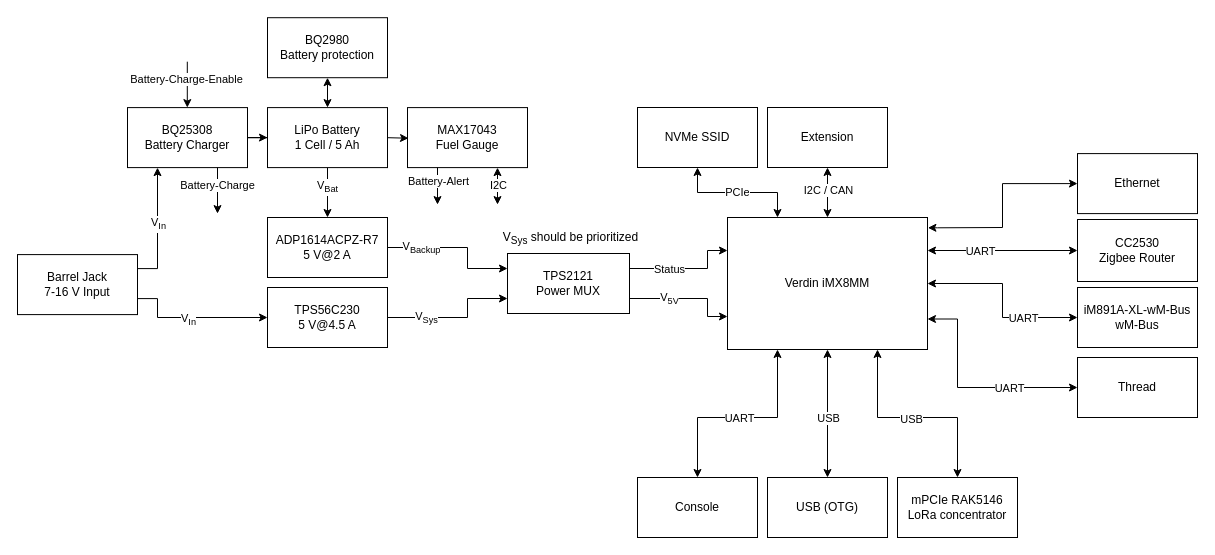
This is docs/IoT-Gateway.drawio from Kampi/IoT-Gateway, a draw.io file, before an edit. Source tidied: cells renumbered, new cells numbered last; positions are measured from the earlier drawing's top-left corner, leaving out a move shared by most shapes. Both pictures are drawn from the tidied source at 100%, with x=0, y=0 at pixel (17, 17).
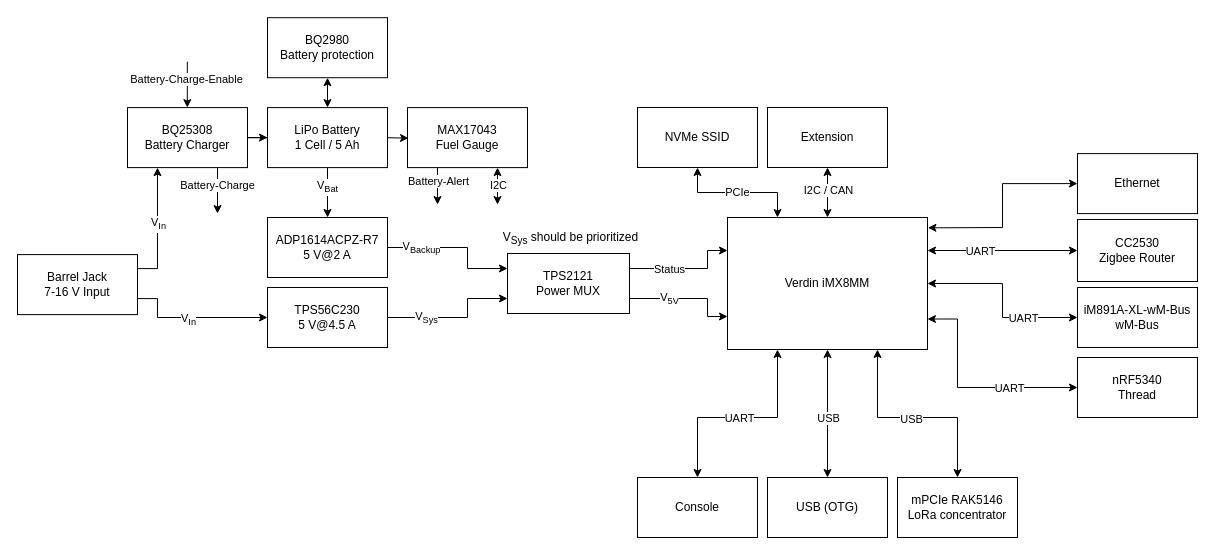
The same diagram, later.

Diff of the diagram source:
```diff
@@
-    <mxCell id="17" value="Thread" style="rounded=0;whiteSpace=wrap;html=1;strokeWidth=1;" parent="1" vertex="1">
+    <mxCell id="17" value="nRF5340&lt;br&gt;Thread" style="rounded=0;whiteSpace=wrap;html=1;strokeWidth=1;" parent="1" vertex="1">
       <mxGeometry x="1060" y="340" width="120" height="60" as="geometry" />
     </mxCell>
```
